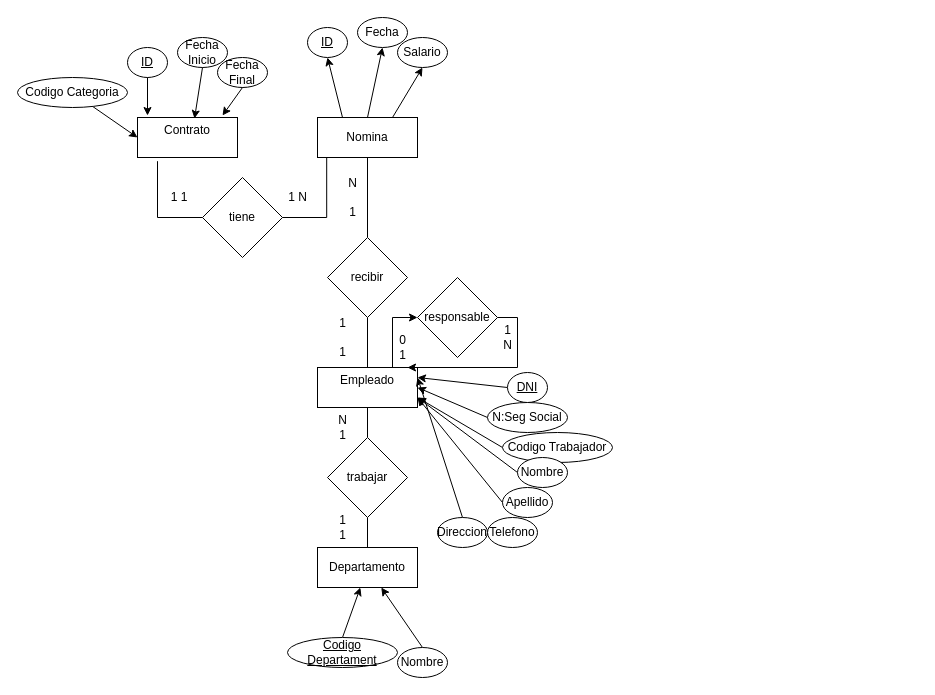
adriii28/amr-tsys-C3U12-11102023 keeps this draw.io diagram as ej7.drawio. Above is the earlier version. Source tidied: cells renumbered, new cells numbered last; positions are measured from the earlier drawing's top-left corner, leaving out a move shared by most shapes. Both pictures are drawn from the tidied source at 100%, with x=0, y=0 at pixel (17, 17).
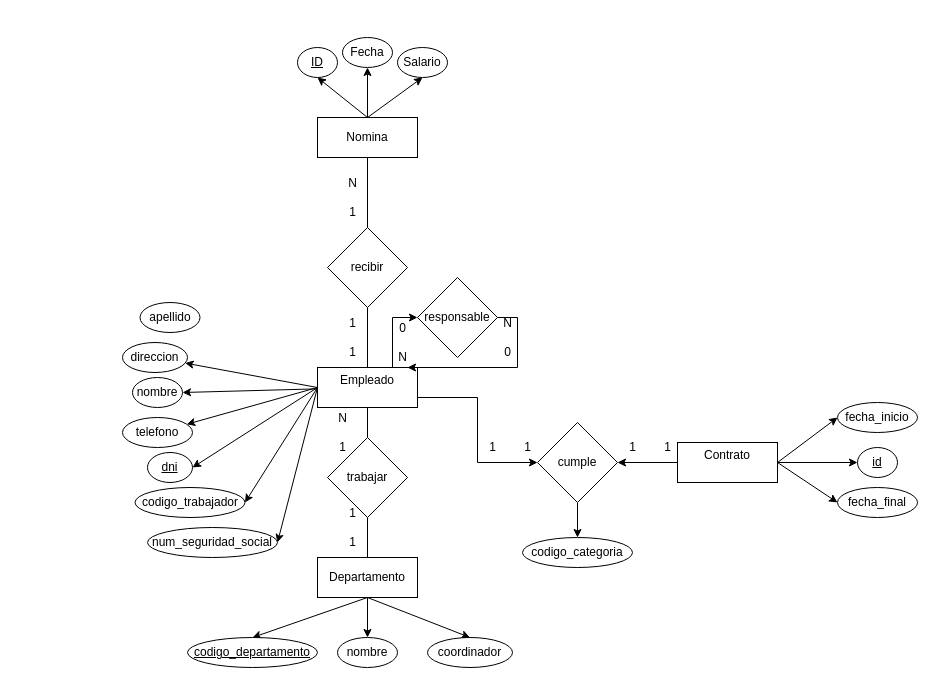
Above is the later version.

The change refers to these unchanged cells:
```xml
<mxCell id="4" value="&#10;Empleado&#10;&#10;" style="rounded=0;whiteSpace=wrap;html=1;" parent="1" vertex="1">
  <mxGeometry x="300" y="350" width="100" height="40" as="geometry" />
</mxCell>
<mxCell id="11" value="Nomina" style="rounded=0;whiteSpace=wrap;html=1;" parent="1" vertex="1">
  <mxGeometry x="300" y="100" width="100" height="40" as="geometry" />
</mxCell>
```

The edit, as a diff of the source:
```diff
@@
+    <mxCell id="57" style="rounded=0;jettySize=auto;html=1;exitX=0;exitY=0.5;exitDx=0;exitDy=0;" parent="1" edge="1" source="4" target="30">
+      <mxGeometry relative="1" as="geometry" />
+    </mxCell>
+    <mxCell id="58" style="rounded=0;jettySize=auto;html=1;exitX=0;exitY=0.5;exitDx=0;exitDy=0;" parent="1" edge="1" source="4" target="29">
+      <mxGeometry relative="1" as="geometry" />
+    </mxCell>
+    <mxCell id="59" style="rounded=0;jettySize=auto;html=1;entryX=1;entryY=0.5;entryDx=0;entryDy=0;" parent="1" edge="1" source="4" target="27">
+      <mxGeometry relative="1" as="geometry" />
+    </mxCell>
+    <mxCell id="60" style="edgeStyle=none;rounded=0;jettySize=auto;html=1;entryX=1;entryY=0.5;entryDx=0;entryDy=0;exitX=0;exitY=0.5;exitDx=0;exitDy=0;" parent="1" edge="1" source="4" target="19">
+      <mxGeometry relative="1" as="geometry" />
+    </mxCell>
+    <mxCell id="61" style="edgeStyle=none;rounded=0;jettySize=auto;html=1;entryX=1;entryY=0.5;entryDx=0;entryDy=0;exitX=0;exitY=0.5;exitDx=0;exitDy=0;" parent="1" edge="1" source="4" target="23">
+      <mxGeometry relative="1" as="geometry" />
+    </mxCell>
+    <mxCell id="62" style="edgeStyle=none;rounded=0;jettySize=auto;html=1;entryX=1;entryY=0.5;entryDx=0;entryDy=0;exitX=0;exitY=0.5;exitDx=0;exitDy=0;" parent="1" edge="1" source="4" target="21">
+      <mxGeometry relative="1" as="geometry" />
+    </mxCell>
+    <mxCell id="63" style="edgeStyle=orthogonalEdgeStyle;rounded=0;jettySize=auto;html=1;exitX=1;exitY=0.75;exitDx=0;exitDy=0;entryX=0;entryY=0.5;entryDx=0;entryDy=0;" parent="1" edge="1" source="4" target="74">
+      <mxGeometry relative="1" as="geometry" />
+    </mxCell>
@@
+    <mxCell id="64" style="edgeStyle=none;rounded=0;jettySize=auto;html=1;entryX=0.5;entryY=0;entryDx=0;entryDy=0;exitX=0.5;exitY=1;exitDx=0;exitDy=0;" parent="1" edge="1" source="5" target="32">
+      <mxGeometry relative="1" as="geometry" />
+    </mxCell>
+    <mxCell id="65" style="edgeStyle=none;rounded=0;jettySize=auto;html=1;entryX=0.5;entryY=0;entryDx=0;entryDy=0;exitX=0.5;exitY=1;exitDx=0;exitDy=0;" parent="1" edge="1" source="5" target="34">
+      <mxGeometry relative="1" as="geometry" />
+    </mxCell>
+    <mxCell id="66" style="edgeStyle=none;rounded=0;jettySize=auto;html=1;entryX=0.5;entryY=0;entryDx=0;entryDy=0;exitX=0.5;exitY=1;exitDx=0;exitDy=0;" parent="1" edge="1" source="5" target="71">
+      <mxGeometry relative="1" as="geometry" />
+    </mxCell>
     <mxCell id="5" value="Departamento" style="rounded=0;whiteSpace=wrap;html=1;" parent="1" vertex="1">
-      <mxGeometry x="300" y="530" width="100" height="40" as="geometry" />
+      <mxGeometry x="300" y="540" width="100" height="40" as="geometry" />
     </mxCell>
+    <mxCell id="67" style="edgeStyle=none;rounded=0;jettySize=auto;html=1;entryX=0;entryY=0.5;entryDx=0;entryDy=0;exitX=1;exitY=0.5;exitDx=0;exitDy=0;" parent="1" edge="1" source="6" target="36">
+      <mxGeometry relative="1" as="geometry" />
+    </mxCell>
+    <mxCell id="68" style="edgeStyle=none;rounded=0;jettySize=auto;html=1;entryX=0;entryY=0.5;entryDx=0;entryDy=0;exitX=1;exitY=0.5;exitDx=0;exitDy=0;" parent="1" edge="1" source="6" target="37">
+      <mxGeometry relative="1" as="geometry" />
+    </mxCell>
+    <mxCell id="69" style="edgeStyle=none;rounded=0;jettySize=auto;html=1;entryX=0;entryY=0.5;entryDx=0;entryDy=0;" parent="1" edge="1" source="6" target="35">
+      <mxGeometry relative="1" as="geometry" />
+    </mxCell>
     <mxCell id="6" value="&lt;div&gt;Contrato&lt;/div&gt;&lt;div&gt;&lt;br&gt;&lt;/div&gt;" style="rounded=0;whiteSpace=wrap;html=1;" parent="1" vertex="1">
-      <mxGeometry x="120" y="100" width="100" height="40" as="geometry" />
+      <mxGeometry x="660" y="425" width="100" height="40" as="geometry" />
     </mxCell>
@@
-    <mxCell id="8" style="rounded=0;jettySize=auto;html=1;exitX=0.25;exitY=0;exitDx=0;exitDy=0;entryX=0.5;entryY=1;entryDx=0;entryDy=0;" parent="1" edge="1" source="11" target="41">
+    <mxCell id="8" style="rounded=0;jettySize=auto;html=1;exitX=0.5;exitY=0;exitDx=0;exitDy=0;entryX=0.5;entryY=1;entryDx=0;entryDy=0;" parent="1" edge="1" source="11" target="41">
       <mxGeometry relative="1" as="geometry" />
     </mxCell>
@@
-    <mxCell id="10" style="rounded=0;jettySize=auto;html=1;exitX=0.75;exitY=0;exitDx=0;exitDy=0;entryX=0.5;entryY=1;entryDx=0;entryDy=0;" parent="1" edge="1" source="11" target="43">
+    <mxCell id="10" style="rounded=0;jettySize=auto;html=1;exitX=0.5;exitY=0;exitDx=0;exitDy=0;entryX=0.5;entryY=1;entryDx=0;entryDy=0;" parent="1" edge="1" source="11" target="43">
       <mxGeometry relative="1" as="geometry" />
     </mxCell>
@@
     <mxCell id="17" value="recibir" style="rhombus;whiteSpace=wrap;html=1;" parent="1" vertex="1">
-      <mxGeometry x="310" y="220" width="80" height="80" as="geometry" />
+      <mxGeometry x="310" y="210" width="80" height="80" as="geometry" />
     </mxCell>
-    <mxCell id="18" style="rounded=0;jettySize=auto;html=1;exitX=0;exitY=0.5;exitDx=0;exitDy=0;entryX=1;entryY=0.25;entryDx=0;entryDy=0;" parent="1" edge="1" source="19" target="4">
-      <mxGeometry relative="1" as="geometry" />
-    </mxCell>
-    <mxCell id="19" value="DNI" style="ellipse;whiteSpace=wrap;html=1;fontStyle=4;" parent="1" vertex="1">
-      <mxGeometry x="490" y="355" width="40" height="30" as="geometry" />
+    <mxCell id="19" value="dni" style="ellipse;whiteSpace=wrap;html=1;fontStyle=4;" parent="1" vertex="1">
+      <mxGeometry x="130" y="435" width="45" height="30" as="geometry" />
     </mxCell>
-    <mxCell id="20" style="rounded=0;jettySize=auto;html=1;exitX=0;exitY=0.5;exitDx=0;exitDy=0;entryX=1;entryY=0.5;entryDx=0;entryDy=0;" parent="1" edge="1" source="21" target="4">
-      <mxGeometry relative="1" as="geometry" />
-    </mxCell>
-    <mxCell id="21" value="N:Seg Social" style="ellipse;whiteSpace=wrap;html=1;" parent="1" vertex="1">
-      <mxGeometry x="470" y="385" width="80" height="30" as="geometry" />
+    <mxCell id="21" value="num_seguridad_social" style="ellipse;whiteSpace=wrap;html=1;" parent="1" vertex="1">
+      <mxGeometry x="130" y="510" width="130" height="30" as="geometry" />
     </mxCell>
-    <mxCell id="22" style="rounded=0;jettySize=auto;html=1;exitX=0;exitY=0.5;exitDx=0;exitDy=0;entryX=1;entryY=0.75;entryDx=0;entryDy=0;" parent="1" edge="1" source="23" target="4">
-      <mxGeometry relative="1" as="geometry" />
-    </mxCell>
-    <mxCell id="23" value="Codigo Trabajador" style="ellipse;whiteSpace=wrap;html=1;" parent="1" vertex="1">
-      <mxGeometry x="485" y="415" width="110" height="30" as="geometry" />
+    <mxCell id="23" value="codigo_trabajador" style="ellipse;whiteSpace=wrap;html=1;" parent="1" vertex="1">
+      <mxGeometry x="117.5" y="470" width="110" height="30" as="geometry" />
     </mxCell>
-    <mxCell id="24" style="rounded=0;jettySize=auto;html=1;exitX=0;exitY=0.5;exitDx=0;exitDy=0;" parent="1" edge="1" source="25">
-      <mxGeometry relative="1" as="geometry">
-        <mxPoint x="400" y="380" as="targetPoint" />
-      </mxGeometry>
-    </mxCell>
-    <mxCell id="25" value="Apellido" style="ellipse;whiteSpace=wrap;html=1;" parent="1" vertex="1">
-      <mxGeometry x="485" y="470" width="50" height="30" as="geometry" />
+    <mxCell id="25" value="apellido" style="ellipse;whiteSpace=wrap;html=1;" parent="1" vertex="1">
+      <mxGeometry x="122.5" y="285" width="60" height="30" as="geometry" />
     </mxCell>
-    <mxCell id="26" style="rounded=0;jettySize=auto;html=1;exitX=0;exitY=0.5;exitDx=0;exitDy=0;entryX=1;entryY=0.75;entryDx=0;entryDy=0;" parent="1" edge="1" source="27" target="4">
-      <mxGeometry relative="1" as="geometry" />
-    </mxCell>
-    <mxCell id="27" value="Nombre" style="ellipse;whiteSpace=wrap;html=1;" parent="1" vertex="1">
-      <mxGeometry x="500" y="440" width="50" height="30" as="geometry" />
+    <mxCell id="27" value="nombre" style="ellipse;whiteSpace=wrap;html=1;" parent="1" vertex="1">
+      <mxGeometry x="115" y="360" width="50" height="30" as="geometry" />
     </mxCell>
-    <mxCell id="28" style="rounded=0;jettySize=auto;html=1;exitX=0.5;exitY=0;exitDx=0;exitDy=0;" parent="1" edge="1" source="30">
-      <mxGeometry relative="1" as="geometry">
-        <mxPoint x="400" y="360" as="targetPoint" />
-      </mxGeometry>
-    </mxCell>
-    <mxCell id="29" value="Telefono" style="ellipse;whiteSpace=wrap;html=1;" parent="1" vertex="1">
-      <mxGeometry x="470" y="500" width="50" height="30" as="geometry" />
+    <mxCell id="29" value="telefono" style="ellipse;whiteSpace=wrap;html=1;" parent="1" vertex="1">
+      <mxGeometry x="105" y="400" width="70" height="30" as="geometry" />
     </mxCell>
-    <mxCell id="30" value="&lt;div&gt;Direccion&lt;/div&gt;" style="ellipse;whiteSpace=wrap;html=1;" parent="1" vertex="1">
-      <mxGeometry x="420" y="500" width="50" height="30" as="geometry" />
+    <mxCell id="30" value="&lt;div&gt;direccion&lt;/div&gt;" style="ellipse;whiteSpace=wrap;html=1;" parent="1" vertex="1">
+      <mxGeometry x="105" y="325" width="65" height="30" as="geometry" />
     </mxCell>
-    <mxCell id="31" style="rounded=0;jettySize=auto;html=1;exitX=0.5;exitY=0;exitDx=0;exitDy=0;" parent="1" edge="1" source="32" target="5">
-      <mxGeometry relative="1" as="geometry" />
-    </mxCell>
-    <mxCell id="32" value="Codigo Departament" style="ellipse;whiteSpace=wrap;html=1;fontStyle=4;" parent="1" vertex="1">
-      <mxGeometry x="270" y="620" width="110" height="30" as="geometry" />
+    <mxCell id="32" value="codigo_departamento" style="ellipse;whiteSpace=wrap;html=1;fontStyle=4;" parent="1" vertex="1">
+      <mxGeometry x="170" y="620" width="130" height="30" as="geometry" />
     </mxCell>
-    <mxCell id="33" style="rounded=0;jettySize=auto;html=1;exitX=0.5;exitY=0;exitDx=0;exitDy=0;" parent="1" edge="1" source="34" target="5">
-      <mxGeometry relative="1" as="geometry" />
-    </mxCell>
-    <mxCell id="34" value="Nombre" style="ellipse;whiteSpace=wrap;html=1;" parent="1" vertex="1">
-      <mxGeometry x="380" y="630" width="50" height="30" as="geometry" />
+    <mxCell id="34" value="nombre" style="ellipse;whiteSpace=wrap;html=1;" parent="1" vertex="1">
+      <mxGeometry x="320" y="620" width="60" height="30" as="geometry" />
     </mxCell>
-    <mxCell id="35" value="ID" style="ellipse;whiteSpace=wrap;html=1;fontStyle=4;" parent="1" vertex="1">
-      <mxGeometry x="110" y="30" width="40" height="30" as="geometry" />
+    <mxCell id="35" value="id" style="ellipse;whiteSpace=wrap;html=1;fontStyle=4;" parent="1" vertex="1">
+      <mxGeometry x="840" y="430" width="40" height="30" as="geometry" />
     </mxCell>
-    <mxCell id="36" value="Fecha Inicio" style="ellipse;whiteSpace=wrap;html=1;" parent="1" vertex="1">
-      <mxGeometry x="160" y="20" width="50" height="30" as="geometry" />
+    <mxCell id="36" value="fecha_inicio" style="ellipse;whiteSpace=wrap;html=1;" parent="1" vertex="1">
+      <mxGeometry x="820" y="385" width="80" height="30" as="geometry" />
     </mxCell>
-    <mxCell id="37" value="Fecha Final" style="ellipse;whiteSpace=wrap;html=1;" parent="1" vertex="1">
-      <mxGeometry x="200" y="40" width="50" height="30" as="geometry" />
+    <mxCell id="37" value="fecha_final" style="ellipse;whiteSpace=wrap;html=1;" parent="1" vertex="1">
+      <mxGeometry x="820" y="470" width="80" height="30" as="geometry" />
     </mxCell>
-    <mxCell id="38" style="rounded=0;jettySize=auto;html=1;exitX=0.5;exitY=1;exitDx=0;exitDy=0;entryX=0.1;entryY=-0.05;entryDx=0;entryDy=0;entryPerimeter=0;" parent="1" edge="1" source="35" target="6">
-      <mxGeometry relative="1" as="geometry" />
-    </mxCell>
-    <mxCell id="39" style="rounded=0;jettySize=auto;html=1;exitX=0.5;exitY=1;exitDx=0;exitDy=0;entryX=0.57;entryY=0.025;entryDx=0;entryDy=0;entryPerimeter=0;" parent="1" edge="1" source="36" target="6">
-      <mxGeometry relative="1" as="geometry" />
-    </mxCell>
-    <mxCell id="40" style="rounded=0;jettySize=auto;html=1;exitX=0.5;exitY=1;exitDx=0;exitDy=0;entryX=0.85;entryY=-0.05;entryDx=0;entryDy=0;entryPerimeter=0;" parent="1" edge="1" source="37" target="6">
-      <mxGeometry relative="1" as="geometry" />
-    </mxCell>
     <mxCell id="41" value="ID" style="ellipse;whiteSpace=wrap;html=1;fontStyle=4;" parent="1" vertex="1">
-      <mxGeometry x="290" y="10" width="40" height="30" as="geometry" />
+      <mxGeometry x="280" y="30" width="40" height="30" as="geometry" />
     </mxCell>
     <mxCell id="42" value="Fecha" style="ellipse;whiteSpace=wrap;html=1;" parent="1" vertex="1">
-      <mxGeometry x="340" width="50" height="30" as="geometry" />
+      <mxGeometry x="325" y="20" width="50" height="30" as="geometry" />
     </mxCell>
     <mxCell id="43" value="Salario" style="ellipse;whiteSpace=wrap;html=1;" parent="1" vertex="1">
-      <mxGeometry x="380" y="20" width="50" height="30" as="geometry" />
+      <mxGeometry x="380" y="30" width="50" height="30" as="geometry" />
     </mxCell>
     <mxCell id="44" value="1&lt;br&gt;&lt;br&gt;1" style="text;html=1;align=center;verticalAlign=middle;strokeColor=none;fillColor=none;" parent="1" vertex="1">
-      <mxGeometry x="310" y="290" width="30" height="60" as="geometry" />
+      <mxGeometry x="320" y="290" width="30" height="60" as="geometry" />
     </mxCell>
@@
-    <mxCell id="46" value="0&lt;br&gt;1" style="text;html=1;align=center;verticalAlign=middle;strokeColor=none;fillColor=none;" parent="1" vertex="1">
-      <mxGeometry x="370" y="310" width="30" height="40" as="geometry" />
-    </mxCell>
-    <mxCell id="47" value="1&lt;br&gt;N" style="text;html=1;align=center;verticalAlign=middle;strokeColor=none;fillColor=none;" parent="1" vertex="1">
-      <mxGeometry x="475" y="300" width="30" height="40" as="geometry" />
+    <mxCell id="47" value="N&lt;br&gt;&lt;br&gt;0" style="text;html=1;align=center;verticalAlign=middle;strokeColor=none;fillColor=none;" parent="1" vertex="1">
+      <mxGeometry x="475" y="290" width="30" height="60" as="geometry" />
     </mxCell>
-    <mxCell id="48" value="1&lt;br&gt;1" style="text;html=1;align=center;verticalAlign=middle;strokeColor=none;fillColor=none;" parent="1" vertex="1">
-      <mxGeometry x="310" y="490" width="30" height="40" as="geometry" />
+    <mxCell id="48" value="1&lt;br&gt;&lt;br&gt;1" style="text;html=1;align=center;verticalAlign=middle;strokeColor=none;fillColor=none;" parent="1" vertex="1">
+      <mxGeometry x="320" y="480" width="30" height="60" as="geometry" />
     </mxCell>
-    <mxCell id="49" value="N&lt;br&gt;1" style="text;html=1;align=center;verticalAlign=middle;strokeColor=none;fillColor=none;" parent="1" vertex="1">
-      <mxGeometry x="310" y="390" width="30" height="40" as="geometry" />
+    <mxCell id="49" value="N&lt;br&gt;&lt;br&gt;1" style="text;html=1;align=center;verticalAlign=middle;strokeColor=none;fillColor=none;" parent="1" vertex="1">
+      <mxGeometry x="310" y="385" width="30" height="60" as="geometry" />
     </mxCell>
-    <mxCell id="50" style="rounded=0;jettySize=auto;html=1;entryX=0;entryY=0.5;entryDx=0;entryDy=0;" parent="1" edge="1" source="51" target="6">
-      <mxGeometry relative="1" as="geometry" />
-    </mxCell>
-    <mxCell id="51" value="Codigo Categoria" style="ellipse;whiteSpace=wrap;html=1;fontStyle=0;" parent="1" vertex="1">
-      <mxGeometry y="60" width="110" height="30" as="geometry" />
+    <mxCell id="51" value="codigo_categoria" style="ellipse;whiteSpace=wrap;html=1;fontStyle=0;" parent="1" vertex="1">
+      <mxGeometry x="505" y="520" width="110" height="30" as="geometry" />
     </mxCell>
-    <mxCell id="52" value="tiene" style="rhombus;whiteSpace=wrap;html=1;" parent="1" vertex="1">
-      <mxGeometry x="185" y="160" width="80" height="80" as="geometry" />
-    </mxCell>
-    <mxCell id="53" style="edgeStyle=orthogonalEdgeStyle;rounded=0;jettySize=auto;html=1;entryX=0.092;entryY=1.008;entryDx=0;entryDy=0;entryPerimeter=0;startArrow=none;startFill=0;endArrow=none;endFill=0;" parent="1" edge="1" source="52" target="11">
-      <mxGeometry relative="1" as="geometry" />
-    </mxCell>
-    <mxCell id="54" style="edgeStyle=orthogonalEdgeStyle;rounded=0;jettySize=auto;html=1;entryX=0.2;entryY=1.092;entryDx=0;entryDy=0;entryPerimeter=0;startArrow=none;startFill=0;endArrow=none;endFill=0;" parent="1" edge="1" source="52" target="6">
-      <mxGeometry relative="1" as="geometry">
-        <Array as="points">
-          <mxPoint x="140" y="200" />
-        </Array>
-      </mxGeometry>
-    </mxCell>
-    <mxCell id="55" value="1 N" style="text;html=1;align=center;verticalAlign=middle;strokeColor=none;fillColor=none;" parent="1" vertex="1">
-      <mxGeometry x="260" y="165" width="40" height="30" as="geometry" />
-    </mxCell>
-    <mxCell id="56" value="&lt;div&gt;&amp;nbsp;1 1&lt;/div&gt;" style="text;html=1;align=center;verticalAlign=middle;strokeColor=none;fillColor=none;" parent="1" vertex="1">
-      <mxGeometry x="140" y="165" width="40" height="30" as="geometry" />
-    </mxCell>
+    <mxCell id="70" value="0&lt;br&gt;&lt;br&gt;N" style="text;html=1;align=center;verticalAlign=middle;strokeColor=none;fillColor=none;" parent="1" vertex="1">
+      <mxGeometry x="370" y="295" width="30" height="60" as="geometry" />
+    </mxCell>
+    <mxCell id="71" value="coordinador" style="ellipse;whiteSpace=wrap;html=1;" parent="1" vertex="1">
+      <mxGeometry x="410" y="620" width="85" height="30" as="geometry" />
+    </mxCell>
+    <mxCell id="72" style="edgeStyle=none;rounded=0;jettySize=auto;html=1;exitX=0;exitY=0.5;exitDx=0;exitDy=0;" parent="1" edge="1" source="6" target="74">
+      <mxGeometry relative="1" as="geometry" />
+    </mxCell>
+    <mxCell id="73" style="edgeStyle=none;rounded=0;jettySize=auto;html=1;entryX=0.5;entryY=0;entryDx=0;entryDy=0;" parent="1" edge="1" source="74" target="51">
+      <mxGeometry relative="1" as="geometry" />
+    </mxCell>
+    <mxCell id="74" value="cumple" style="rhombus;whiteSpace=wrap;html=1;" parent="1" vertex="1">
+      <mxGeometry x="520" y="405" width="80" height="80" as="geometry" />
+    </mxCell>
+    <mxCell id="75" value="1" style="text;html=1;align=center;verticalAlign=middle;strokeColor=none;fillColor=none;" parent="1" vertex="1">
+      <mxGeometry x="635" y="415" width="30" height="30" as="geometry" />
+    </mxCell>
+    <mxCell id="76" value="1" style="text;html=1;align=center;verticalAlign=middle;strokeColor=none;fillColor=none;" parent="1" vertex="1">
+      <mxGeometry x="600" y="415" width="30" height="30" as="geometry" />
+    </mxCell>
+    <mxCell id="77" value="1" style="text;html=1;align=center;verticalAlign=middle;strokeColor=none;fillColor=none;" parent="1" vertex="1">
+      <mxGeometry x="460" y="415" width="30" height="30" as="geometry" />
+    </mxCell>
+    <mxCell id="78" value="1" style="text;html=1;align=center;verticalAlign=middle;strokeColor=none;fillColor=none;" parent="1" vertex="1">
+      <mxGeometry x="495" y="415" width="30" height="30" as="geometry" />
+    </mxCell>
```
